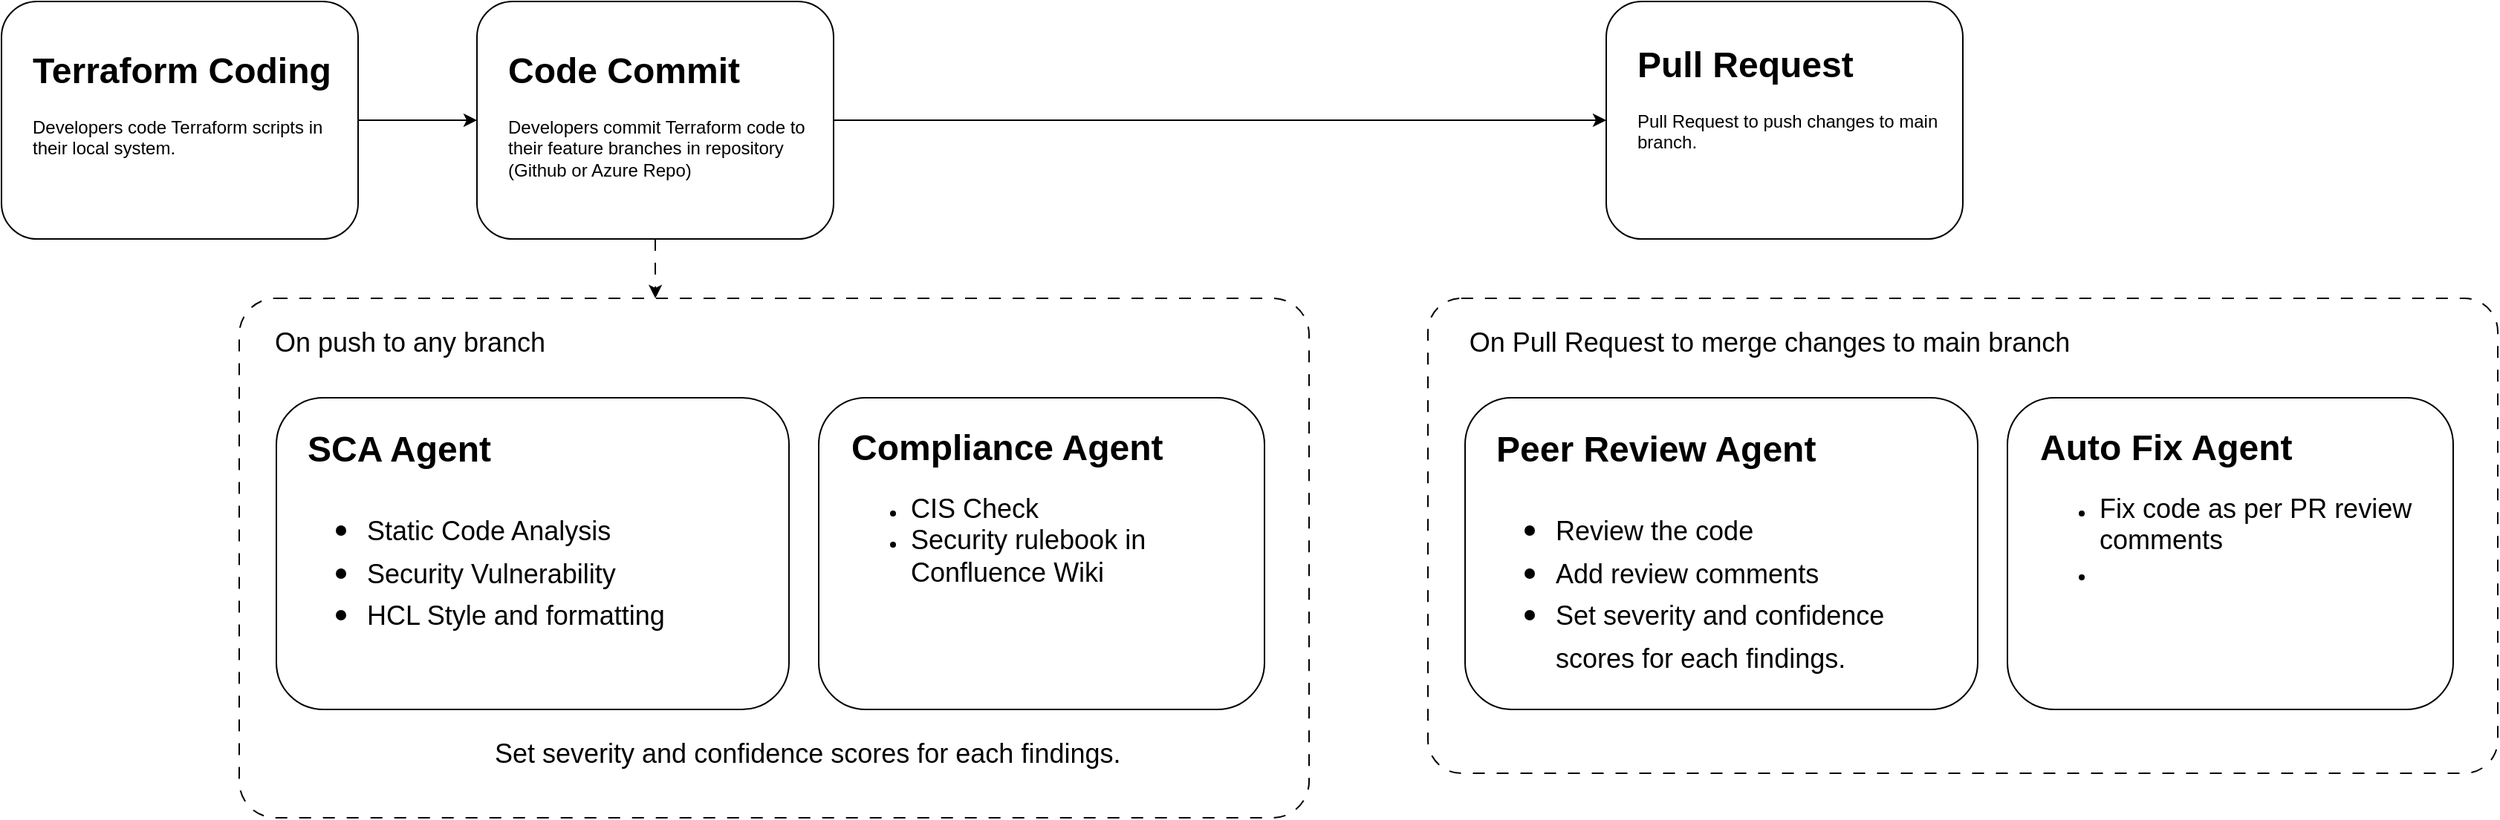
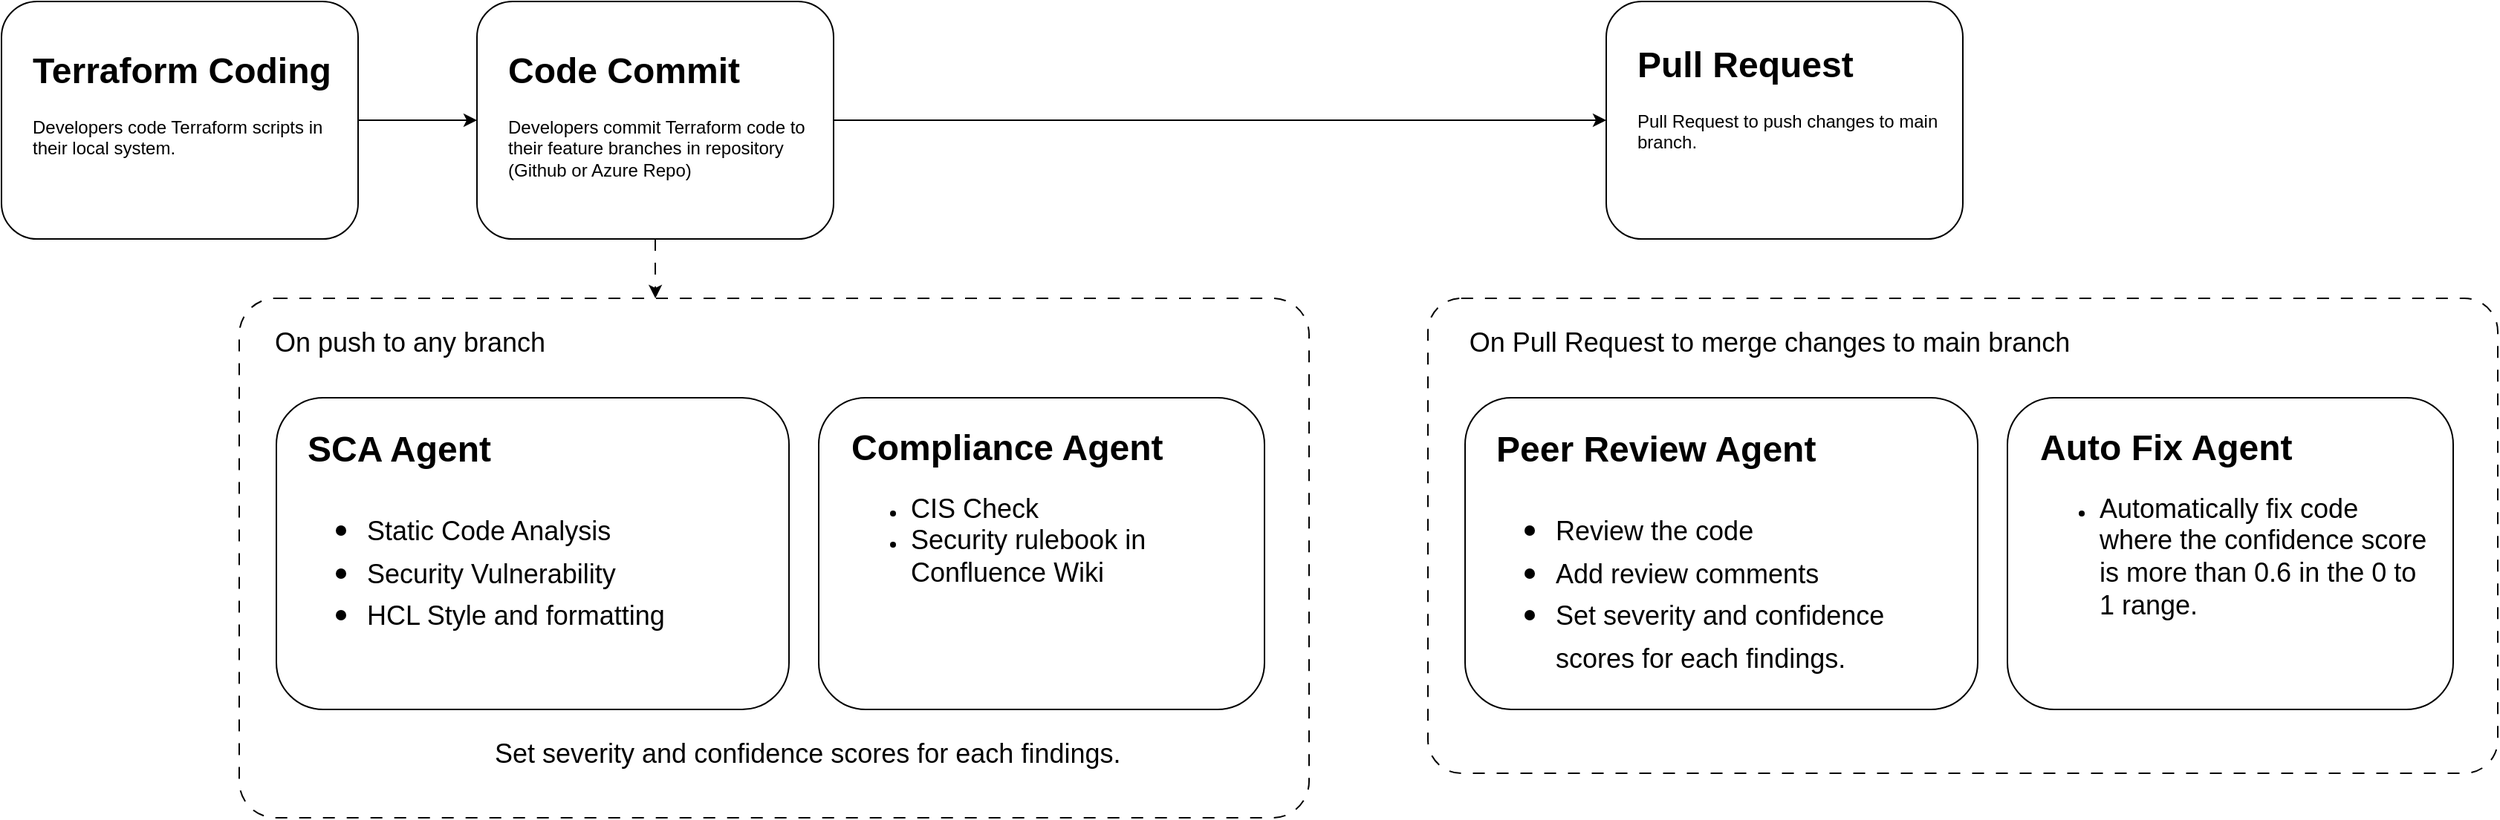
<mxfile host="app.diagrams.net">
  <diagram name="Page-1" id="llQ14HlxIDWXj9B5HY60">
    <mxGraphModel dx="1006" dy="638" grid="1" gridSize="10" guides="1" tooltips="1" connect="1" arrows="1" fold="1" page="1" pageScale="1" pageWidth="850" pageHeight="1100" math="0" shadow="0">
      <root>
        <mxCell id="0" />
        <mxCell id="1" parent="0" />
        <mxCell id="IWc9zJM8tDhvkjJ2dRjy-13" edge="1" parent="1" source="oJW8UGhNAXkty13G2p3x-1" style="edgeStyle=orthogonalEdgeStyle;rounded=0;orthogonalLoop=1;jettySize=auto;html=1;entryX=0;entryY=0.5;entryDx=0;entryDy=0;" target="IWc9zJM8tDhvkjJ2dRjy-1">
          <mxGeometry relative="1" as="geometry" />
        </mxCell>
        <mxCell id="oJW8UGhNAXkty13G2p3x-1" parent="1" style="rounded=1;whiteSpace=wrap;html=1;" value="" vertex="1">
          <mxGeometry height="160" width="240" x="440" y="200" as="geometry" />
        </mxCell>
        <mxCell id="oJW8UGhNAXkty13G2p3x-3" parent="1" style="text;html=1;whiteSpace=wrap;overflow=hidden;rounded=0;" value="&lt;h1 style=&quot;margin-top: 0px;&quot;&gt;Code Commit&lt;/h1&gt;&lt;p&gt;Developers commit Terraform code to their feature branches in repository (Github or Azure Repo)&lt;/p&gt;" vertex="1">
          <mxGeometry height="100" width="210" x="459" y="226" as="geometry" />
        </mxCell>
        <mxCell id="IWc9zJM8tDhvkjJ2dRjy-1" parent="1" style="rounded=1;whiteSpace=wrap;html=1;" value="" vertex="1">
          <mxGeometry height="160" width="240" x="1200" y="200" as="geometry" />
        </mxCell>
        <mxCell id="IWc9zJM8tDhvkjJ2dRjy-2" parent="1" style="text;html=1;whiteSpace=wrap;overflow=hidden;rounded=0;" value="&lt;h1 style=&quot;margin-top: 0px;&quot;&gt;Pull Request&lt;/h1&gt;&lt;p&gt;Pull Request to push changes to main branch.&lt;/p&gt;" vertex="1">
          <mxGeometry height="100" width="210" x="1219" y="222" as="geometry" />
        </mxCell>
        <mxCell id="IWc9zJM8tDhvkjJ2dRjy-12" edge="1" parent="1" source="IWc9zJM8tDhvkjJ2dRjy-3" style="edgeStyle=orthogonalEdgeStyle;rounded=0;orthogonalLoop=1;jettySize=auto;html=1;exitX=1;exitY=0.5;exitDx=0;exitDy=0;entryX=0;entryY=0.5;entryDx=0;entryDy=0;" target="oJW8UGhNAXkty13G2p3x-1">
          <mxGeometry relative="1" as="geometry" />
        </mxCell>
        <mxCell id="IWc9zJM8tDhvkjJ2dRjy-3" parent="1" style="rounded=1;whiteSpace=wrap;html=1;" value="" vertex="1">
          <mxGeometry height="160" width="240" x="120" y="200" as="geometry" />
        </mxCell>
        <mxCell id="IWc9zJM8tDhvkjJ2dRjy-4" parent="1" style="text;html=1;whiteSpace=wrap;overflow=hidden;rounded=0;" value="&lt;h1 style=&quot;margin-top: 0px;&quot;&gt;Terraform Coding&lt;/h1&gt;&lt;p&gt;Developers code Terraform scripts in their local system.&lt;/p&gt;" vertex="1">
          <mxGeometry height="100" width="210" x="139" y="226" as="geometry" />
        </mxCell>
        <mxCell id="IWc9zJM8tDhvkjJ2dRjy-5" parent="1" style="rounded=1;whiteSpace=wrap;html=1;arcSize=7;dashed=1;dashPattern=8 8;" value="" vertex="1">
          <mxGeometry height="350" width="720" x="280" y="400" as="geometry" />
        </mxCell>
        <mxCell id="IWc9zJM8tDhvkjJ2dRjy-6" parent="1" style="text;html=1;whiteSpace=wrap;strokeColor=none;fillColor=none;align=center;verticalAlign=middle;rounded=0;" value="&lt;font style=&quot;font-size: 18px;&quot;&gt;On push to any branch&lt;/font&gt;" vertex="1">
          <mxGeometry height="30" width="210" x="290" y="415" as="geometry" />
        </mxCell>
        <mxCell id="IWc9zJM8tDhvkjJ2dRjy-7" parent="1" style="rounded=1;whiteSpace=wrap;html=1;" value="" vertex="1">
          <mxGeometry height="210" width="345" x="305" y="467" as="geometry" />
        </mxCell>
        <mxCell id="IWc9zJM8tDhvkjJ2dRjy-8" parent="1" style="text;html=1;whiteSpace=wrap;overflow=hidden;rounded=0;" value="&lt;h1 style=&quot;margin-top: 0px;&quot;&gt;SCA Agent&lt;/h1&gt;&lt;h1 style=&quot;margin-top: 0px;&quot;&gt;&lt;p style=&quot;font-size: 12px; font-weight: 400;&quot;&gt;&lt;/p&gt;&lt;ul&gt;&lt;li&gt;&lt;span style=&quot;font-size: 18px; font-weight: normal;&quot;&gt;Static Code Analysis&lt;/span&gt;&lt;/li&gt;&lt;li&gt;&lt;span style=&quot;font-size: 18px; font-weight: normal;&quot;&gt;Security Vulnerability&lt;/span&gt;&lt;/li&gt;&lt;li&gt;&lt;span style=&quot;font-size: 18px; font-weight: normal;&quot;&gt;HCL Style and formatting&lt;/span&gt;&lt;/li&gt;&lt;/ul&gt;&lt;p&gt;&lt;/p&gt;&lt;/h1&gt;" vertex="1">
          <mxGeometry height="183" width="306" x="324" y="481" as="geometry" />
        </mxCell>
        <mxCell id="IWc9zJM8tDhvkjJ2dRjy-9" parent="1" style="rounded=1;whiteSpace=wrap;html=1;" value="" vertex="1">
          <mxGeometry height="210" width="300" x="670" y="467" as="geometry" />
        </mxCell>
        <mxCell id="IWc9zJM8tDhvkjJ2dRjy-10" parent="1" style="text;html=1;whiteSpace=wrap;overflow=hidden;rounded=0;" value="&lt;h1 style=&quot;margin-top: 0px;&quot;&gt;Compliance Agent&lt;/h1&gt;&lt;p&gt;&lt;/p&gt;&lt;ul&gt;&lt;li&gt;&lt;span style=&quot;font-size: 18px;&quot;&gt;CIS Check&lt;/span&gt;&lt;/li&gt;&lt;li&gt;&lt;span style=&quot;font-size: 18px;&quot;&gt;Security rulebook in Confluence Wiki&lt;/span&gt;&lt;/li&gt;&lt;/ul&gt;&lt;p&gt;&lt;/p&gt;" vertex="1">
          <mxGeometry height="180" width="269" x="690" y="480" as="geometry" />
        </mxCell>
        <mxCell id="IWc9zJM8tDhvkjJ2dRjy-11" edge="1" parent="1" source="oJW8UGhNAXkty13G2p3x-1" style="edgeStyle=orthogonalEdgeStyle;rounded=0;orthogonalLoop=1;jettySize=auto;html=1;exitX=0.5;exitY=1;exitDx=0;exitDy=0;entryX=0.389;entryY=0;entryDx=0;entryDy=0;entryPerimeter=0;dashed=1;dashPattern=8 8;" target="IWc9zJM8tDhvkjJ2dRjy-5">
          <mxGeometry relative="1" as="geometry" />
        </mxCell>
        <mxCell id="IWc9zJM8tDhvkjJ2dRjy-14" parent="1" style="rounded=1;whiteSpace=wrap;html=1;arcSize=7;dashed=1;dashPattern=8 8;" value="" vertex="1">
          <mxGeometry height="320" width="720" x="1080" y="400" as="geometry" />
        </mxCell>
        <mxCell id="IWc9zJM8tDhvkjJ2dRjy-15" parent="1" style="text;html=1;whiteSpace=wrap;strokeColor=none;fillColor=none;align=center;verticalAlign=middle;rounded=0;" value="&lt;font style=&quot;font-size: 18px;&quot;&gt;On Pull Request to merge changes to main branch&lt;/font&gt;" vertex="1">
          <mxGeometry height="30" width="440" x="1090" y="415" as="geometry" />
        </mxCell>
        <mxCell id="IWc9zJM8tDhvkjJ2dRjy-16" parent="1" style="rounded=1;whiteSpace=wrap;html=1;" value="" vertex="1">
          <mxGeometry height="210" width="345" x="1105" y="467" as="geometry" />
        </mxCell>
        <mxCell id="IWc9zJM8tDhvkjJ2dRjy-17" parent="1" style="text;html=1;whiteSpace=wrap;overflow=hidden;rounded=0;" value="&lt;h1 style=&quot;margin-top: 0px;&quot;&gt;Peer Review Agent&lt;/h1&gt;&lt;h1 style=&quot;margin-top: 0px;&quot;&gt;&lt;p style=&quot;font-size: 12px; font-weight: 400;&quot;&gt;&lt;/p&gt;&lt;ul&gt;&lt;li&gt;&lt;span style=&quot;font-size: 18px; font-weight: 400;&quot;&gt;Review the code&lt;/span&gt;&lt;/li&gt;&lt;li&gt;&lt;span style=&quot;font-size: 18px; font-weight: 400;&quot;&gt;Add review comments&lt;/span&gt;&lt;/li&gt;&lt;li&gt;&lt;span style=&quot;font-size: 18px; font-weight: 400;&quot;&gt;Set severity and confidence scores for each findings.&lt;/span&gt;&lt;/li&gt;&lt;/ul&gt;&lt;p&gt;&lt;/p&gt;&lt;/h1&gt;" vertex="1">
          <mxGeometry height="179" width="306" x="1124" y="481" as="geometry" />
        </mxCell>
        <mxCell id="IWc9zJM8tDhvkjJ2dRjy-18" parent="1" style="rounded=1;whiteSpace=wrap;html=1;" value="" vertex="1">
          <mxGeometry height="210" width="300" x="1470" y="467" as="geometry" />
        </mxCell>
-         <mxCell id="IWc9zJM8tDhvkjJ2dRjy-19" parent="1" style="text;html=1;whiteSpace=wrap;overflow=hidden;rounded=0;" value="&lt;h1 style=&quot;margin-top: 0px;&quot;&gt;Auto Fix Agent&lt;/h1&gt;&lt;p&gt;&lt;/p&gt;&lt;ul&gt;&lt;li&gt;&lt;span style=&quot;font-size: 18px;&quot;&gt;Fix code as per PR review comments&lt;/span&gt;&lt;/li&gt;&lt;li&gt;&lt;span style=&quot;font-size: 18px;&quot;&gt;&lt;br&gt;&lt;/span&gt;&lt;/li&gt;&lt;/ul&gt;&lt;p&gt;&lt;/p&gt;" vertex="1">
-           <mxGeometry height="127" width="269" x="1490" y="480" as="geometry" />
+         <mxCell id="IWc9zJM8tDhvkjJ2dRjy-19" parent="1" style="text;html=1;whiteSpace=wrap;overflow=hidden;rounded=0;" value="&lt;h1 style=&quot;margin-top: 0px;&quot;&gt;Auto Fix Agent&lt;/h1&gt;&lt;p&gt;&lt;/p&gt;&lt;ul&gt;&lt;li&gt;&lt;span style=&quot;font-size: 18px;&quot;&gt;Automatically fix code where the confidence score is more than 0.6 in the 0 to 1 range.&lt;/span&gt;&lt;/li&gt;&lt;/ul&gt;&lt;p&gt;&lt;/p&gt;" vertex="1">
+           <mxGeometry height="160" width="269" x="1490" y="480" as="geometry" />
        </mxCell>
        <mxCell id="IWc9zJM8tDhvkjJ2dRjy-20" parent="1" style="text;whiteSpace=wrap;fontSize=18;" value="Set severity and confidence scores for each findings." vertex="1">
          <mxGeometry height="40" width="440" x="450" y="690" as="geometry" />
        </mxCell>
      </root>
    </mxGraphModel>
  </diagram>
</mxfile>
